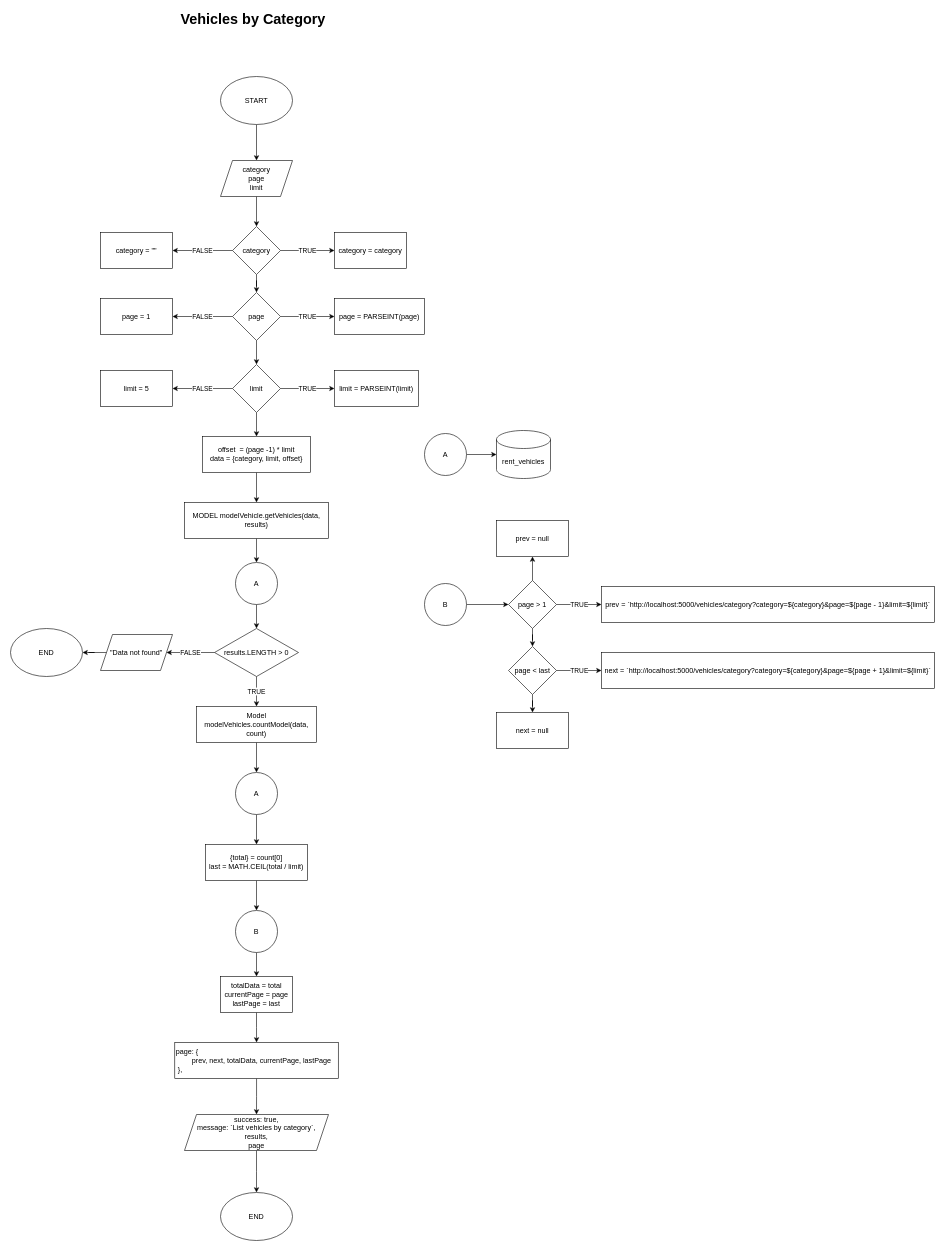
Above: page "vehicles by category" (2 of 6) of flowchart/vehicles.drawio in rintosaputro/fw5-backend-beginner (draw.io), before the change. Source tidied: cells renumbered, new cells numbered last; positions are measured from the earlier drawing's top-left corner, leaving out a move shared by most shapes. Both pictures are drawn from the tidied source at 60%, with x=0, y=0 at pixel (10, 10).
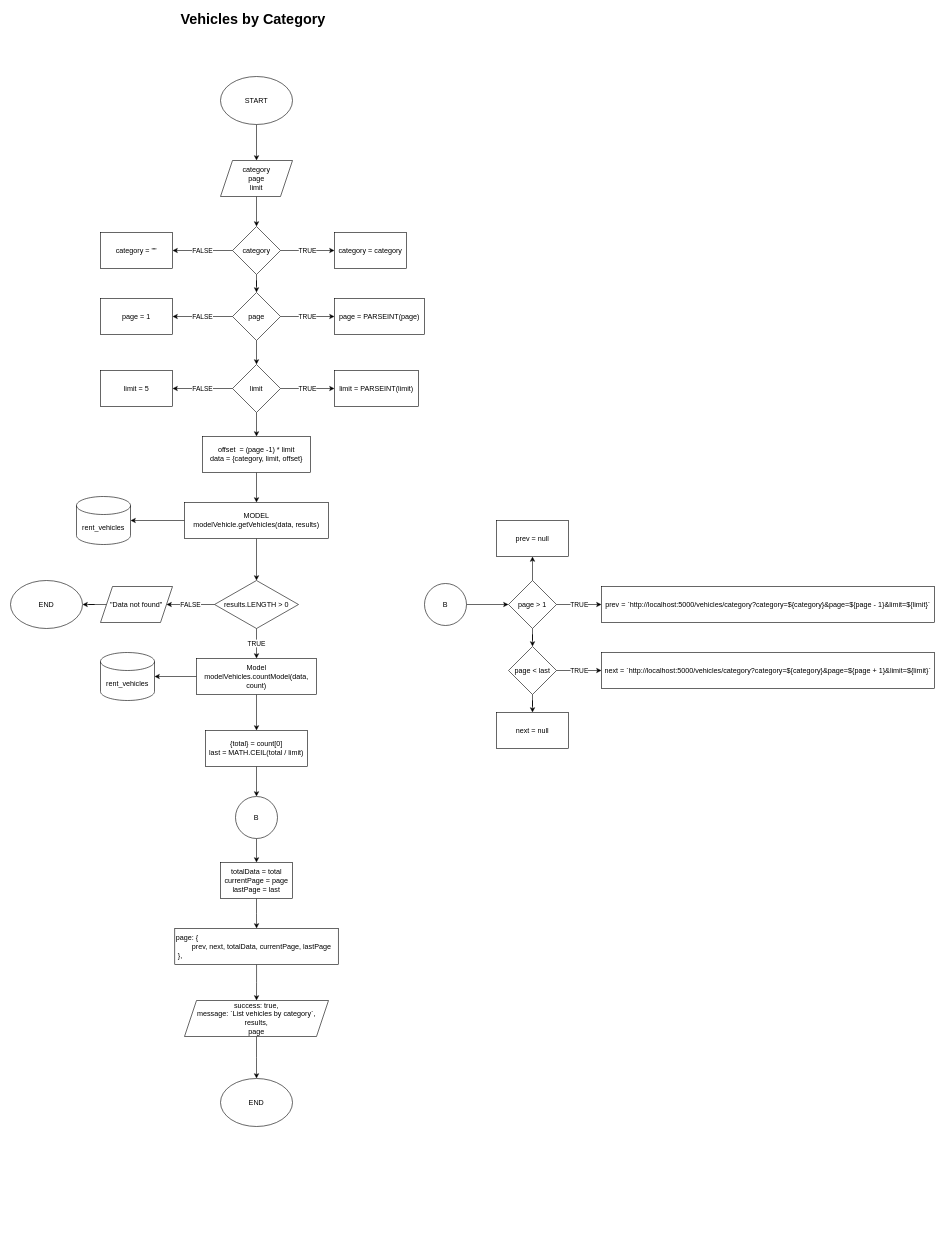
After the change.

The edit, as a diff of the source:
```diff
@@
-    <mxCell id="27" style="edgeStyle=orthogonalEdgeStyle;rounded=0;jettySize=auto;html=1;" parent="1" edge="1" source="28" target="31">
-      <mxGeometry relative="1" as="geometry" />
-    </mxCell>
+    <mxCell id="68" style="edgeStyle=orthogonalEdgeStyle;rounded=0;jettySize=auto;html=1;fontSize=12;" parent="1" edge="1" source="28" target="29">
+      <mxGeometry relative="1" as="geometry" />
+    </mxCell>
+    <mxCell id="69" style="edgeStyle=orthogonalEdgeStyle;rounded=0;jettySize=auto;html=1;fontSize=12;" parent="1" edge="1" source="28" target="36">
+      <mxGeometry relative="1" as="geometry" />
+    </mxCell>
-    <mxCell id="28" value="MODEL modelVehicle.getVehicles(data, results)" style="rounded=0;whiteSpace=wrap;html=1;" parent="1" vertex="1">
+    <mxCell id="28" value="MODEL &lt;br&gt;modelVehicle.getVehicles(data, results)" style="rounded=0;whiteSpace=wrap;html=1;" parent="1" vertex="1">
       <mxGeometry x="290" y="820" width="240" height="60" as="geometry" />
     </mxCell>
     <mxCell id="29" value="rent_vehicles" style="shape=cylinder3;whiteSpace=wrap;html=1;boundedLbl=1;backgroundOutline=1;size=15;" parent="1" vertex="1">
-      <mxGeometry x="810" y="700" width="90" height="80" as="geometry" />
+      <mxGeometry x="110" y="810" width="90" height="80" as="geometry" />
     </mxCell>
-    <mxCell id="30" style="edgeStyle=orthogonalEdgeStyle;rounded=0;jettySize=auto;html=1;" parent="1" edge="1" source="31" target="36">
-      <mxGeometry relative="1" as="geometry" />
-    </mxCell>
-    <mxCell id="31" value="A" style="ellipse;whiteSpace=wrap;html=1;" parent="1" vertex="1">
-      <mxGeometry x="375" y="920" width="70" height="70" as="geometry" />
-    </mxCell>
-    <mxCell id="32" style="edgeStyle=orthogonalEdgeStyle;rounded=0;jettySize=auto;html=1;" parent="1" edge="1" source="33" target="29">
-      <mxGeometry relative="1" as="geometry" />
-    </mxCell>
-    <mxCell id="33" value="A" style="ellipse;whiteSpace=wrap;html=1;" parent="1" vertex="1">
-      <mxGeometry x="690" y="705" width="70" height="70" as="geometry" />
-    </mxCell>
@@
     <mxCell id="36" value="results.LENGTH &amp;gt; 0" style="rhombus;whiteSpace=wrap;html=1;" parent="1" vertex="1">
-      <mxGeometry x="340" y="1030" width="140" height="80" as="geometry" />
+      <mxGeometry x="340" y="950" width="140" height="80" as="geometry" />
     </mxCell>
@@
     <mxCell id="38" value="&quot;Data not found&quot;" style="shape=parallelogram;perimeter=parallelogramPerimeter;whiteSpace=wrap;html=1;fixedSize=1;" parent="1" vertex="1">
-      <mxGeometry x="150" y="1040" width="120" height="60" as="geometry" />
+      <mxGeometry x="150" y="960" width="120" height="60" as="geometry" />
     </mxCell>
-    <mxCell id="39" style="edgeStyle=orthogonalEdgeStyle;rounded=0;jettySize=auto;html=1;" parent="1" edge="1" source="40" target="42">
-      <mxGeometry relative="1" as="geometry" />
-    </mxCell>
+    <mxCell id="70" style="edgeStyle=orthogonalEdgeStyle;rounded=0;jettySize=auto;html=1;fontSize=12;" parent="1" edge="1" source="40" target="72">
+      <mxGeometry relative="1" as="geometry" />
+    </mxCell>
+    <mxCell id="71" style="edgeStyle=orthogonalEdgeStyle;rounded=0;jettySize=auto;html=1;fontSize=12;" parent="1" edge="1" source="40" target="44">
+      <mxGeometry relative="1" as="geometry" />
+    </mxCell>
     <mxCell id="40" value="Model modelVehicles.countModel(data, count)" style="rounded=0;whiteSpace=wrap;html=1;" parent="1" vertex="1">
-      <mxGeometry x="310" y="1160" width="200" height="60" as="geometry" />
+      <mxGeometry x="310" y="1080" width="200" height="60" as="geometry" />
     </mxCell>
-    <mxCell id="41" style="edgeStyle=orthogonalEdgeStyle;rounded=0;jettySize=auto;html=1;" parent="1" edge="1" source="42" target="44">
-      <mxGeometry relative="1" as="geometry" />
-    </mxCell>
-    <mxCell id="42" value="A" style="ellipse;whiteSpace=wrap;html=1;" parent="1" vertex="1">
-      <mxGeometry x="375" y="1270" width="70" height="70" as="geometry" />
-    </mxCell>
@@
     <mxCell id="44" value="{total} = count[0]&lt;br&gt;last = MATH.CEIL(total / limit)" style="rounded=0;whiteSpace=wrap;html=1;" parent="1" vertex="1">
-      <mxGeometry x="325" y="1390" width="170" height="60" as="geometry" />
+      <mxGeometry x="325" y="1200" width="170" height="60" as="geometry" />
     </mxCell>
@@
     <mxCell id="46" value="&lt;div&gt;page:&amp;nbsp;&lt;span&gt;{&lt;/span&gt;&lt;/div&gt;&lt;div&gt;&lt;span&gt;&lt;span style=&quot;white-space: pre&quot;&gt;&#9;&lt;/span&gt;prev,&lt;/span&gt;&lt;span&gt;&amp;nbsp;next,&lt;/span&gt;&lt;span&gt;&amp;nbsp;totalData,&lt;/span&gt;&lt;span&gt;&amp;nbsp;currentPage,&lt;/span&gt;&lt;span&gt;&amp;nbsp;lastPage&lt;/span&gt;&lt;/div&gt;&lt;div&gt;&amp;nbsp;},&lt;/div&gt;" style="rounded=0;whiteSpace=wrap;html=1;align=left;" parent="1" vertex="1">
-      <mxGeometry x="273.8" y="1720" width="272.5" height="60" as="geometry" />
+      <mxGeometry x="273.8" y="1530" width="272.5" height="60" as="geometry" />
     </mxCell>
     <mxCell id="47" style="edgeStyle=orthogonalEdgeStyle;rounded=0;jettySize=auto;html=1;" parent="1" edge="1" source="48">
       <mxGeometry relative="1" as="geometry">
-        <mxPoint x="410" y="1970" as="targetPoint" />
+        <mxPoint x="410" y="1780" as="targetPoint" />
       </mxGeometry>
     </mxCell>
     <mxCell id="48" value="&lt;div&gt;success: true,&lt;/div&gt;&lt;div&gt;message: `List vehicles by category`,&lt;/div&gt;&lt;div&gt;&lt;span&gt;results,&lt;/span&gt;&lt;/div&gt;&lt;div&gt;&lt;span&gt;page&lt;/span&gt;&lt;/div&gt;" style="shape=parallelogram;perimeter=parallelogramPerimeter;whiteSpace=wrap;html=1;fixedSize=1;align=center;" parent="1" vertex="1">
-      <mxGeometry x="290" y="1840" width="240" height="60" as="geometry" />
+      <mxGeometry x="290" y="1650" width="240" height="60" as="geometry" />
     </mxCell>
@@
     <mxCell id="63" value="totalData = total&lt;br&gt;currentPage = page&lt;br&gt;lastPage = last" style="rounded=0;whiteSpace=wrap;html=1;" parent="1" vertex="1">
-      <mxGeometry x="350" y="1610" width="120" height="60" as="geometry" />
+      <mxGeometry x="350" y="1420" width="120" height="60" as="geometry" />
     </mxCell>
     <mxCell id="64" value="END" style="ellipse;whiteSpace=wrap;html=1;" parent="1" vertex="1">
-      <mxGeometry y="1030" width="120" height="80" as="geometry" />
+      <mxGeometry y="950" width="120" height="80" as="geometry" />
     </mxCell>
     <mxCell id="65" value="END" style="ellipse;whiteSpace=wrap;html=1;" parent="1" vertex="1">
-      <mxGeometry x="350" y="1970" width="120" height="80" as="geometry" />
+      <mxGeometry x="350" y="1780" width="120" height="80" as="geometry" />
     </mxCell>
@@
     <mxCell id="67" value="B" style="ellipse;whiteSpace=wrap;html=1;" parent="1" vertex="1">
-      <mxGeometry x="375" y="1500" width="70" height="70" as="geometry" />
+      <mxGeometry x="375" y="1310" width="70" height="70" as="geometry" />
     </mxCell>
+    <mxCell id="72" value="rent_vehicles" style="shape=cylinder3;whiteSpace=wrap;html=1;boundedLbl=1;backgroundOutline=1;size=15;" parent="1" vertex="1">
+      <mxGeometry x="150" y="1070" width="90" height="80" as="geometry" />
+    </mxCell>
```
